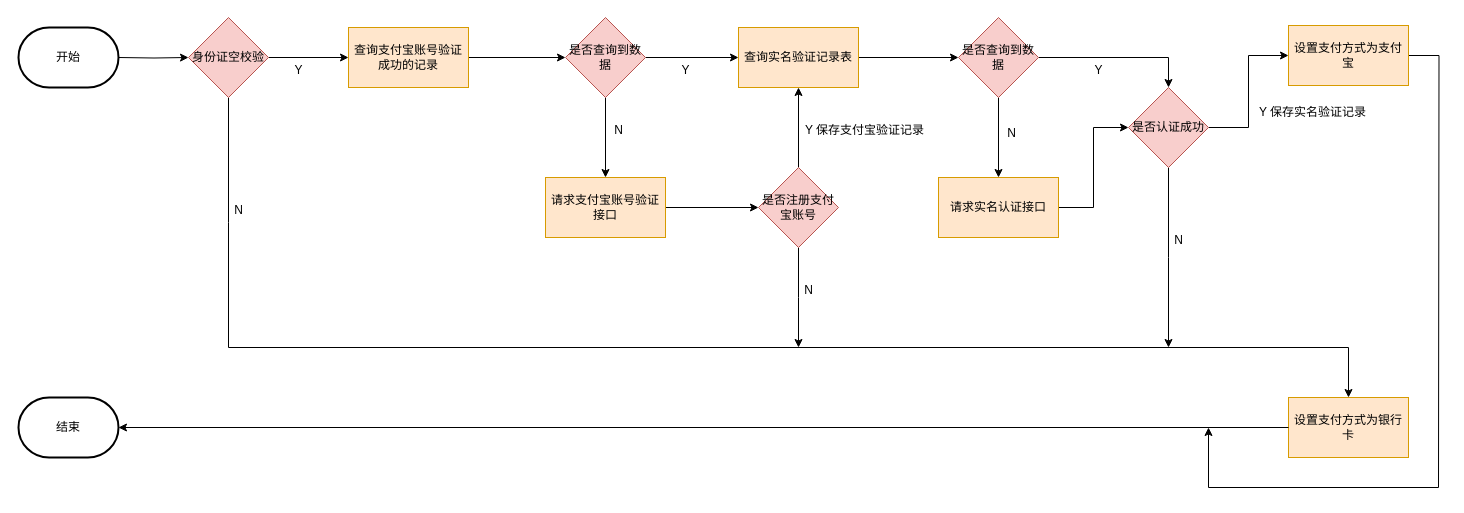
The draw.io diagram 监听下单事件.drawio in Jie33/draw, before the edit. Source tidied: cells renumbered, new cells numbered last; positions are measured from the earlier drawing's top-left corner, leaving out a move shared by most shapes. Both pictures are drawn from the tidied source at 100%, with x=0, y=0 at pixel (18, 17).
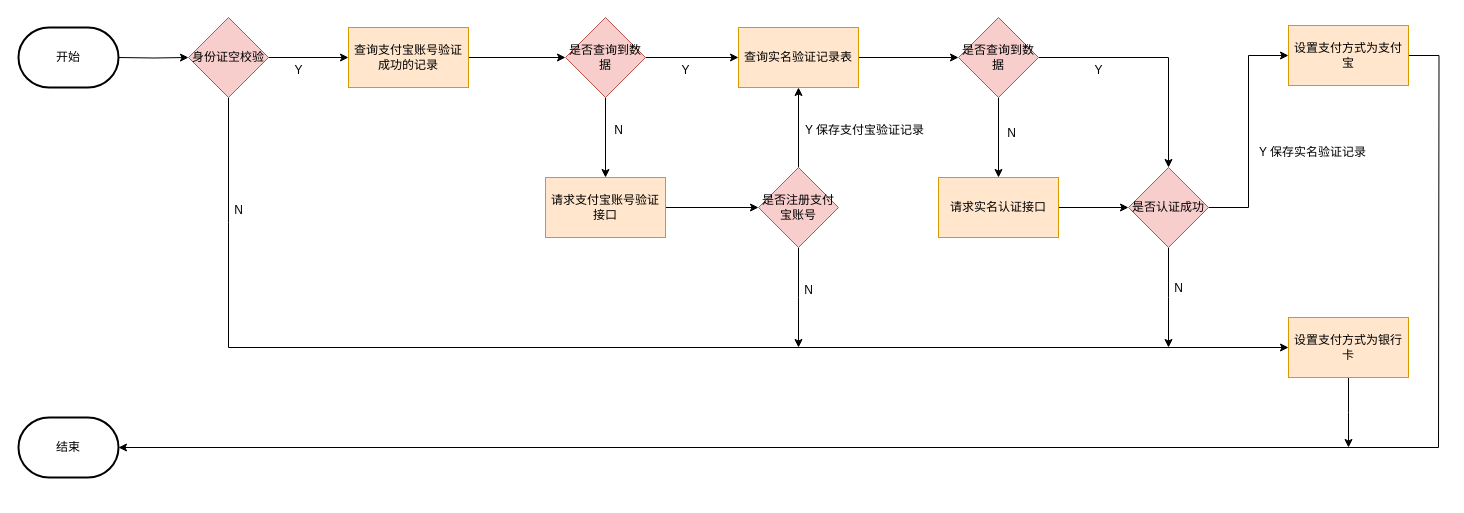
After the change.

Commit message (it also covers changes not shown here):
更新监听下单事件.drawio

Unchanged cells that the change refers to:
```xml
<mxCell id="19" value="设置支付方式为支付宝" style="rounded=0;whiteSpace=wrap;html=1;fillColor=#ffe6cc;strokeColor=#d79b00;" parent="1" vertex="1">
  <mxGeometry x="1270" y="8" width="120" height="60" as="geometry" />
</mxCell>
```

Change to the diagram source:
```diff
@@
     <mxCell id="18" style="edgeStyle=orthogonalEdgeStyle;rounded=0;jettySize=auto;html=1;endArrow=none;endFill=0;" parent="1" edge="1" source="19">
       <mxGeometry relative="1" as="geometry">
-        <mxPoint x="1420" y="470" as="targetPoint" />
+        <mxPoint x="1420" y="430" as="targetPoint" />
       </mxGeometry>
     </mxCell>
@@
+    <mxCell id="46" style="edgeStyle=orthogonalEdgeStyle;rounded=0;jettySize=auto;html=1;" parent="1" edge="1" source="20">
+      <mxGeometry relative="1" as="geometry">
+        <mxPoint x="1330" y="430" as="targetPoint" />
+      </mxGeometry>
+    </mxCell>
     <mxCell id="20" value="设置支付方式为银行卡" style="rounded=0;whiteSpace=wrap;html=1;fillColor=#ffe6cc;strokeColor=#d79b00;" parent="1" vertex="1">
-      <mxGeometry x="1270" y="380" width="120" height="60" as="geometry" />
+      <mxGeometry x="1270" y="300" width="120" height="60" as="geometry" />
     </mxCell>
@@
     <mxCell id="22" value="结束" style="strokeWidth=2;html=1;shape=mxgraph.flowchart.terminator;whiteSpace=wrap;" parent="1" vertex="1">
-      <mxGeometry y="380" width="100" height="60" as="geometry" />
+      <mxGeometry y="400" width="100" height="60" as="geometry" />
     </mxCell>
@@
     <mxCell id="28" value="是否认证成功" style="rhombus;whiteSpace=wrap;html=1;fillColor=#f8cecc;strokeColor=#b85450;" parent="1" vertex="1">
-      <mxGeometry x="1110" y="70" width="80" height="80" as="geometry" />
+      <mxGeometry x="1110" y="150" width="80" height="80" as="geometry" />
     </mxCell>
@@
-    <mxCell id="37" style="edgeStyle=orthogonalEdgeStyle;rounded=0;jettySize=auto;html=1;entryX=1;entryY=0.5;entryDx=0;entryDy=0;entryPerimeter=0;" parent="1" edge="1" source="20" target="22">
-      <mxGeometry relative="1" as="geometry" />
-    </mxCell>
-    <mxCell id="38" style="endArrow=none;html=1;rounded=0;endFill=0;" parent="1" edge="1">
-      <mxGeometry relative="1" as="geometry">
-        <mxPoint x="1420" y="470" as="sourcePoint" />
-        <mxPoint x="1190" y="470" as="targetPoint" />
-      </mxGeometry>
-    </mxCell>
-    <mxCell id="39" style="endArrow=classic;html=1;rounded=0;" parent="1" edge="1">
-      <mxGeometry relative="1" as="geometry">
-        <mxPoint x="1190" y="470" as="sourcePoint" />
-        <mxPoint x="1190" y="410" as="targetPoint" />
-      </mxGeometry>
-    </mxCell>
-    <mxCell id="40" style="endArrow=none;html=1;rounded=0;endFill=0;" parent="1" edge="1">
+    <mxCell id="40" style="endArrow=classic;html=1;rounded=0;endFill=1;entryX=0;entryY=0.5;entryDx=0;entryDy=0;" parent="1" edge="1" target="20">
       <mxGeometry relative="1" as="geometry">
         <mxPoint x="210" y="330" as="sourcePoint" />
-        <mxPoint x="1330" y="330" as="targetPoint" />
       </mxGeometry>
     </mxCell>
-    <mxCell id="41" style="endArrow=none;startArrow=classic;html=1;rounded=0;endFill=0;exitX=0.5;exitY=0;exitDx=0;exitDy=0;" parent="1" edge="1" source="20">
-      <mxGeometry relative="1" as="geometry">
-        <mxPoint x="1330" y="330" as="targetPoint" />
-      </mxGeometry>
-    </mxCell>
@@
     <mxCell id="43" value="N" style="text;html=1;align=center;verticalAlign=middle;strokeColor=none;fillColor=none;" parent="1" vertex="1">
-      <mxGeometry x="1145" y="208" width="30" height="30" as="geometry" />
+      <mxGeometry x="1145" y="256" width="30" height="30" as="geometry" />
     </mxCell>
     <mxCell id="44" value="Y 保存实名验证记录" style="text;html=1;align=center;verticalAlign=middle;strokeColor=none;fillColor=none;" parent="1" vertex="1">
-      <mxGeometry x="1229" y="80" width="130" height="30" as="geometry" />
+      <mxGeometry x="1229" y="120" width="130" height="30" as="geometry" />
     </mxCell>
@@
+    <mxCell id="47" style="endArrow=classic;html=1;rounded=0;" parent="1" edge="1" target="22">
+      <mxGeometry relative="1" as="geometry">
+        <mxPoint x="1420" y="430" as="sourcePoint" />
+      </mxGeometry>
+    </mxCell>
```
